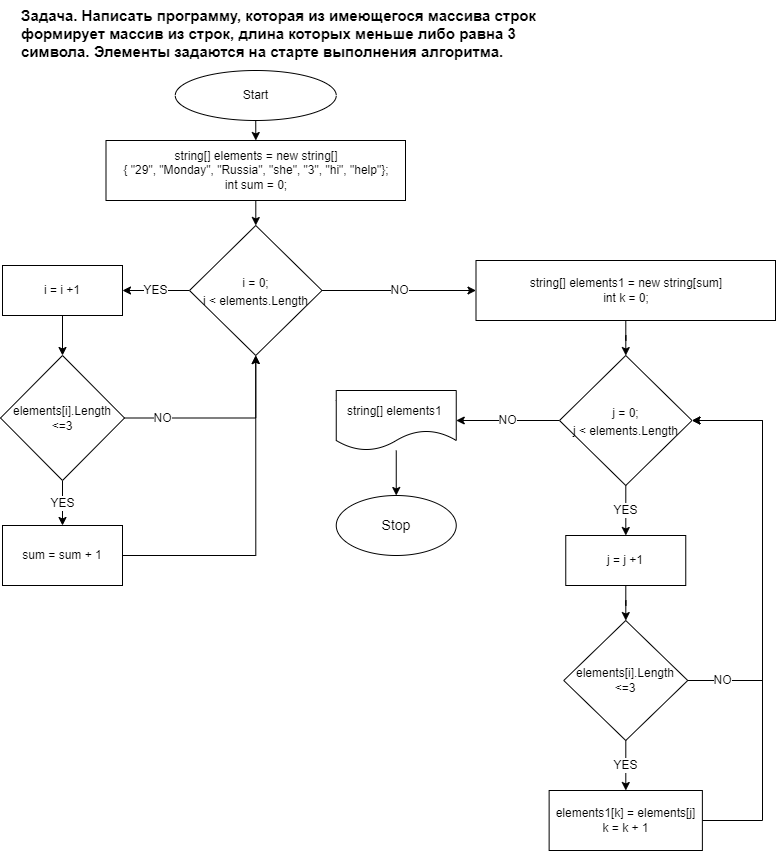
Above: HW.png in AndrewDya/Sem1 (draw.io), before the change. Source tidied: cells renumbered, new cells last; positions are measured from the earlier drawing's top-left corner, leaving out a move shared by most shapes.
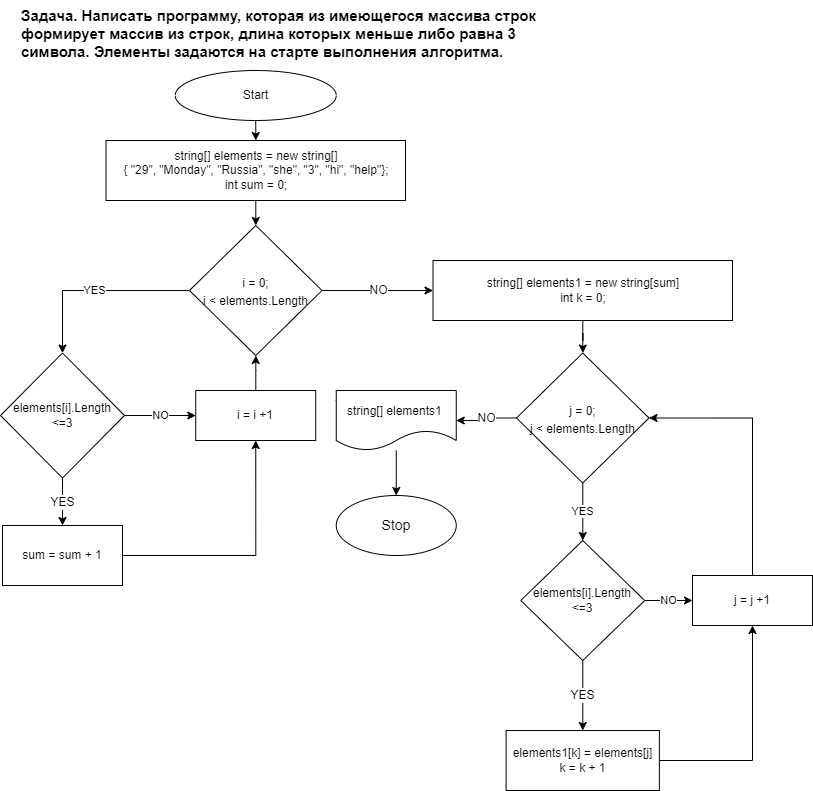
After the commit.

Diff of the diagram source:
```diff
@@ -20,53 +20,51 @@
     <mxCell id="7" value="YES" style="edgeStyle=orthogonalEdgeStyle;rounded=0;jettySize=auto;html=1;fontSize=12;" parent="1" edge="1" source="9" target="11">
       <mxGeometry relative="1" as="geometry" />
     </mxCell>
-    <mxCell id="8" value="NO" style="edgeStyle=orthogonalEdgeStyle;rounded=0;jettySize=auto;html=1;entryX=0.5;entryY=1;entryDx=0;entryDy=0;fontSize=12;" parent="1" edge="1" source="9" target="14">
-      <mxGeometry x="-0.61" relative="1" as="geometry" />
-    </mxCell>
+    <mxCell id="32" value="NO" style="edgeStyle=orthogonalEdgeStyle;rounded=0;jettySize=auto;html=1;" parent="1" edge="1" source="9" target="16">
+      <mxGeometry relative="1" as="geometry" />
+    </mxCell>
     <mxCell id="9" value="elements[i].Length &amp;lt;=3" style="rhombus;whiteSpace=wrap;html=1;" parent="1" vertex="1">
-      <mxGeometry y="355" width="124" height="125" as="geometry" />
+      <mxGeometry y="352.5" width="124" height="125" as="geometry" />
     </mxCell>
-    <mxCell id="10" style="edgeStyle=orthogonalEdgeStyle;rounded=0;jettySize=auto;html=1;fontSize=12;entryX=0.5;entryY=1;entryDx=0;entryDy=0;" parent="1" edge="1" source="11" target="14">
-      <mxGeometry relative="1" as="geometry" />
-    </mxCell>
+    <mxCell id="33" style="edgeStyle=orthogonalEdgeStyle;rounded=0;jettySize=auto;html=1;entryX=0.5;entryY=1;entryDx=0;entryDy=0;" parent="1" edge="1" source="11" target="16">
+      <mxGeometry relative="1" as="geometry" />
+    </mxCell>
     <mxCell id="11" value="sum = sum + 1" style="rounded=0;whiteSpace=wrap;html=1;" parent="1" vertex="1">
       <mxGeometry x="2" y="525" width="120" height="60" as="geometry" />
     </mxCell>
-    <mxCell id="12" value="YES" style="edgeStyle=orthogonalEdgeStyle;rounded=0;jettySize=auto;html=1;fontSize=12;entryX=1;entryY=0.5;entryDx=0;entryDy=0;" parent="1" edge="1" source="14" target="16">
-      <mxGeometry relative="1" as="geometry" />
-    </mxCell>
     <mxCell id="13" value="NO" style="edgeStyle=orthogonalEdgeStyle;rounded=0;jettySize=auto;html=1;fontSize=12;" parent="1" edge="1" source="14" target="18">
       <mxGeometry relative="1" as="geometry" />
     </mxCell>
+    <mxCell id="34" value="YES" style="edgeStyle=orthogonalEdgeStyle;rounded=0;jettySize=auto;html=1;entryX=0.5;entryY=0;entryDx=0;entryDy=0;" parent="1" edge="1" source="14" target="9">
+      <mxGeometry relative="1" as="geometry" />
+    </mxCell>
     <mxCell id="14" value="&lt;font style=&quot;font-size: 12px;&quot;&gt;i = 0;&lt;br&gt;i &amp;lt; elements.Length&lt;/font&gt;" style="rhombus;whiteSpace=wrap;html=1;fontSize=15;" parent="1" vertex="1">
       <mxGeometry x="189" y="225" width="132.5" height="130" as="geometry" />
     </mxCell>
-    <mxCell id="15" style="edgeStyle=orthogonalEdgeStyle;rounded=0;jettySize=auto;html=1;fontSize=12;" parent="1" edge="1" source="16" target="9">
-      <mxGeometry relative="1" as="geometry" />
-    </mxCell>
-    <mxCell id="16" value="i = i +1" style="rounded=0;whiteSpace=wrap;html=1;fontSize=12;" parent="1" vertex="1">
-      <mxGeometry x="2" y="265" width="120" height="50" as="geometry" />
-    </mxCell>
     <mxCell id="17" style="edgeStyle=orthogonalEdgeStyle;rounded=0;jettySize=auto;html=1;fontSize=12;" parent="1" edge="1" source="18" target="21">
       <mxGeometry relative="1" as="geometry" />
     </mxCell>
     <mxCell id="18" value="string[] elements1 = new string[sum]&lt;br&gt;int k = 0;" style="whiteSpace=wrap;html=1;" parent="1" vertex="1">
-      <mxGeometry x="475.5" y="260" width="299.5" height="60" as="geometry" />
+      <mxGeometry x="432.5" y="260" width="299.5" height="60" as="geometry" />
     </mxCell>
-    <mxCell id="19" value="YES" style="edgeStyle=orthogonalEdgeStyle;rounded=0;jettySize=auto;html=1;fontSize=12;" parent="1" edge="1" source="21" target="23">
-      <mxGeometry relative="1" as="geometry" />
-    </mxCell>
     <mxCell id="20" value="NO" style="edgeStyle=orthogonalEdgeStyle;rounded=0;jettySize=auto;html=1;fontSize=12;" parent="1" edge="1" source="21" target="25">
       <mxGeometry relative="1" as="geometry" />
     </mxCell>
+    <mxCell id="35" value="YES" style="edgeStyle=orthogonalEdgeStyle;rounded=0;jettySize=auto;html=1;" parent="1" edge="1" source="21" target="29">
+      <mxGeometry relative="1" as="geometry" />
+    </mxCell>
     <mxCell id="21" value="&lt;font style=&quot;font-size: 12px;&quot;&gt;j = 0;&lt;br&gt;j &amp;lt; elements.Length&lt;/font&gt;" style="rhombus;whiteSpace=wrap;html=1;fontSize=15;" parent="1" vertex="1">
-      <mxGeometry x="559" y="355" width="132.5" height="130" as="geometry" />
+      <mxGeometry x="516" y="352.5" width="132.5" height="130" as="geometry" />
     </mxCell>
-    <mxCell id="22" style="edgeStyle=orthogonalEdgeStyle;rounded=0;jettySize=auto;html=1;fontSize=12;" parent="1" edge="1" source="23" target="29">
-      <mxGeometry relative="1" as="geometry" />
-    </mxCell>
+    <mxCell id="36" style="edgeStyle=orthogonalEdgeStyle;rounded=0;jettySize=auto;html=1;entryX=1;entryY=0.5;entryDx=0;entryDy=0;" parent="1" edge="1" source="23" target="21">
+      <mxGeometry relative="1" as="geometry">
+        <Array as="points">
+          <mxPoint x="752" y="418" />
+        </Array>
+      </mxGeometry>
+    </mxCell>
     <mxCell id="23" value="j = j +1" style="rounded=0;whiteSpace=wrap;html=1;fontSize=12;" parent="1" vertex="1">
-      <mxGeometry x="565.3" y="535" width="120" height="50" as="geometry" />
+      <mxGeometry x="692" y="575" width="120" height="50" as="geometry" />
     </mxCell>
     <mxCell id="24" style="edgeStyle=orthogonalEdgeStyle;rounded=0;jettySize=auto;html=1;fontSize=12;" parent="1" edge="1" source="25" target="26">
       <mxGeometry relative="1" as="geometry" />
@@ -80,27 +78,23 @@
     <mxCell id="27" value="YES" style="edgeStyle=orthogonalEdgeStyle;rounded=0;jettySize=auto;html=1;fontSize=12;" parent="1" edge="1" source="29" target="31">
       <mxGeometry relative="1" as="geometry" />
     </mxCell>
-    <mxCell id="28" value="NO" style="edgeStyle=orthogonalEdgeStyle;rounded=0;jettySize=auto;html=1;entryX=1;entryY=0.5;entryDx=0;entryDy=0;fontSize=12;exitX=1;exitY=0.5;exitDx=0;exitDy=0;" parent="1" edge="1" source="29" target="21">
-      <mxGeometry x="-0.83" relative="1" as="geometry">
-        <Array as="points">
-          <mxPoint x="762" y="680" />
-          <mxPoint x="762" y="420" />
-        </Array>
-      </mxGeometry>
-    </mxCell>
+    <mxCell id="37" value="NO" style="edgeStyle=orthogonalEdgeStyle;rounded=0;jettySize=auto;html=1;" parent="1" edge="1" source="29" target="23">
+      <mxGeometry relative="1" as="geometry" />
+    </mxCell>
     <mxCell id="29" value="elements[i].Length &amp;lt;=3" style="rhombus;whiteSpace=wrap;html=1;" parent="1" vertex="1">
-      <mxGeometry x="563.2" y="620" width="124" height="120" as="geometry" />
+      <mxGeometry x="520.2" y="540" width="124" height="120" as="geometry" />
     </mxCell>
-    <mxCell id="30" style="edgeStyle=orthogonalEdgeStyle;rounded=0;jettySize=auto;html=1;entryX=1;entryY=0.5;entryDx=0;entryDy=0;fontSize=12;" parent="1" edge="1" source="31" target="21">
-      <mxGeometry relative="1" as="geometry">
-        <Array as="points">
-          <mxPoint x="762" y="820" />
-          <mxPoint x="762" y="420" />
-        </Array>
-      </mxGeometry>
-    </mxCell>
+    <mxCell id="38" style="edgeStyle=orthogonalEdgeStyle;rounded=0;jettySize=auto;html=1;entryX=0.5;entryY=1;entryDx=0;entryDy=0;" parent="1" edge="1" source="31" target="23">
+      <mxGeometry relative="1" as="geometry" />
+    </mxCell>
     <mxCell id="31" value="elements1[k] = elements[j]&lt;br&gt;k = k + 1" style="rounded=0;whiteSpace=wrap;html=1;" parent="1" vertex="1">
-      <mxGeometry x="548.6" y="790" width="153.2" height="60" as="geometry" />
+      <mxGeometry x="505.6" y="730" width="153.2" height="60" as="geometry" />
     </mxCell>
+    <mxCell id="39" style="edgeStyle=orthogonalEdgeStyle;rounded=0;jettySize=auto;html=1;" parent="1" edge="1" source="16" target="14">
+      <mxGeometry relative="1" as="geometry" />
+    </mxCell>
+    <mxCell id="16" value="i = i +1" style="rounded=0;whiteSpace=wrap;html=1;fontSize=12;" parent="1" vertex="1">
+      <mxGeometry x="195.2" y="390" width="120" height="50" as="geometry" />
+    </mxCell>
   </root>
 </mxGraphModel>
```
